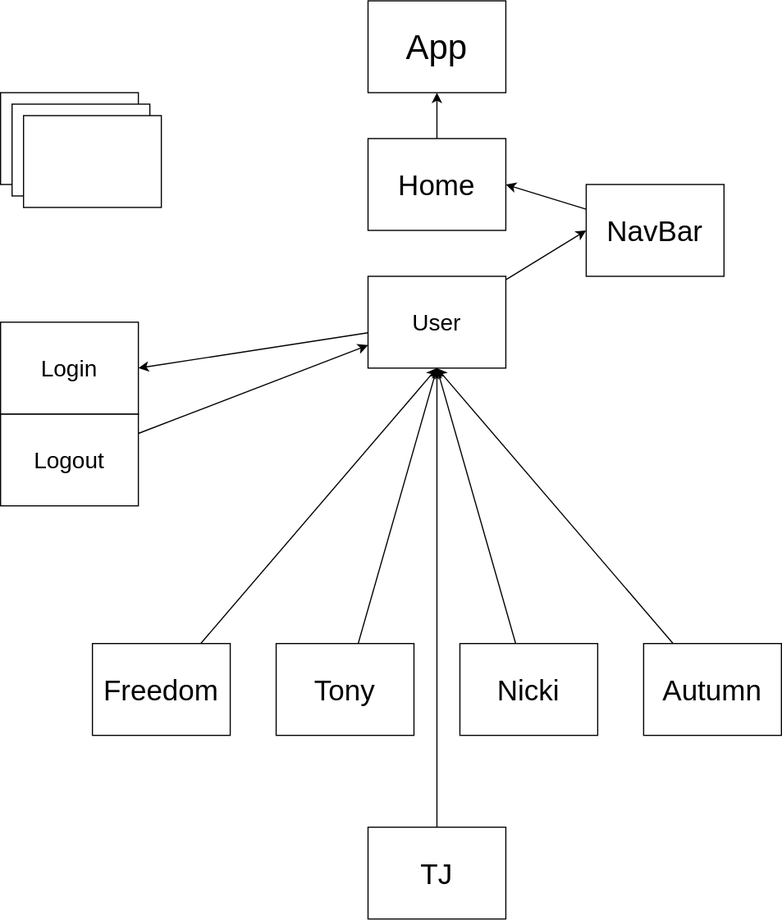
Earlier version of the draw.io export Diagram/.drawio.svg (TonySwearingen/SwearingenUnlimitedLLC). Source tidied: cells renumbered, new cells last; positions are measured from the earlier drawing's top-left corner, leaving out a move shared by most shapes. Its diagram source:
```xml
<mxGraphModel>
  <root>
    <mxCell id="0" />
    <mxCell id="1" parent="0" />
    <mxCell id="2" value="App" style="rounded=0;whiteSpace=wrap;html=1;fontSize=30;" parent="1" vertex="1">
      <mxGeometry x="320" width="120" height="80" as="geometry" />
    </mxCell>
    <mxCell id="3" style="rounded=0;whiteSpace=wrap;html=1;" parent="1" vertex="1">
      <mxGeometry y="80" width="120" height="80" as="geometry" />
    </mxCell>
    <mxCell id="4" style="edgeStyle=none;html=1;fontSize=25;" parent="1" edge="1" source="5">
      <mxGeometry relative="1" as="geometry">
        <mxPoint x="380" y="320" as="targetPoint" />
      </mxGeometry>
    </mxCell>
    <mxCell id="5" value="Freedom" style="rounded=0;whiteSpace=wrap;html=1;fontSize=25;" parent="1" vertex="1">
      <mxGeometry x="80" y="560" width="120" height="80" as="geometry" />
    </mxCell>
    <mxCell id="6" style="edgeStyle=none;html=1;entryX=0;entryY=0.75;entryDx=0;entryDy=0;fontSize=25;" parent="1" edge="1" source="7" target="17">
      <mxGeometry relative="1" as="geometry" />
    </mxCell>
    <mxCell id="7" value="Logout" style="rounded=0;whiteSpace=wrap;html=1;fontSize=20;" parent="1" vertex="1">
      <mxGeometry y="360" width="120" height="80" as="geometry" />
    </mxCell>
    <mxCell id="8" style="edgeStyle=none;html=1;fontSize=25;" parent="1" edge="1" source="9">
      <mxGeometry relative="1" as="geometry">
        <mxPoint x="380" y="320" as="targetPoint" />
      </mxGeometry>
    </mxCell>
    <mxCell id="9" value="Nicki" style="rounded=0;whiteSpace=wrap;html=1;fontSize=25;" parent="1" vertex="1">
      <mxGeometry x="400" y="560" width="120" height="80" as="geometry" />
    </mxCell>
    <mxCell id="10" style="edgeStyle=none;html=1;fontSize=25;" parent="1" edge="1" source="11">
      <mxGeometry relative="1" as="geometry">
        <mxPoint x="380" y="320" as="targetPoint" />
      </mxGeometry>
    </mxCell>
    <mxCell id="11" value="Tony" style="rounded=0;whiteSpace=wrap;html=1;fontSize=25;" parent="1" vertex="1">
      <mxGeometry x="240" y="560" width="120" height="80" as="geometry" />
    </mxCell>
    <mxCell id="12" value="Login" style="rounded=0;whiteSpace=wrap;html=1;fontSize=20;" parent="1" vertex="1">
      <mxGeometry y="280" width="120" height="80" as="geometry" />
    </mxCell>
    <mxCell id="13" style="edgeStyle=none;html=1;" parent="1" edge="1" source="14" target="2">
      <mxGeometry relative="1" as="geometry" />
    </mxCell>
    <mxCell id="14" value="Home" style="rounded=0;whiteSpace=wrap;html=1;fontSize=25;" parent="1" vertex="1">
      <mxGeometry x="320" y="120" width="120" height="80" as="geometry" />
    </mxCell>
    <mxCell id="15" style="edgeStyle=none;html=1;entryX=1;entryY=0.5;entryDx=0;entryDy=0;fontSize=25;" parent="1" edge="1" source="17" target="12">
      <mxGeometry relative="1" as="geometry" />
    </mxCell>
    <mxCell id="16" style="edgeStyle=none;html=1;entryX=0;entryY=0.5;entryDx=0;entryDy=0;fontSize=25;" parent="1" edge="1" source="17" target="21">
      <mxGeometry relative="1" as="geometry" />
    </mxCell>
    <mxCell id="17" value="User" style="rounded=0;whiteSpace=wrap;html=1;fontSize=20;" parent="1" vertex="1">
      <mxGeometry x="320" y="240" width="120" height="80" as="geometry" />
    </mxCell>
    <mxCell id="18" style="rounded=0;whiteSpace=wrap;html=1;" parent="1" vertex="1">
      <mxGeometry x="10" y="90" width="120" height="80" as="geometry" />
    </mxCell>
    <mxCell id="19" style="rounded=0;whiteSpace=wrap;html=1;" parent="1" vertex="1">
      <mxGeometry x="20" y="100" width="120" height="80" as="geometry" />
    </mxCell>
    <mxCell id="20" style="edgeStyle=none;html=1;entryX=1;entryY=0.5;entryDx=0;entryDy=0;fontSize=25;" parent="1" edge="1" source="21" target="14">
      <mxGeometry relative="1" as="geometry" />
    </mxCell>
    <mxCell id="21" value="NavBar" style="rounded=0;whiteSpace=wrap;html=1;fontSize=25;" parent="1" vertex="1">
      <mxGeometry x="510" y="160" width="120" height="80" as="geometry" />
    </mxCell>
    <mxCell id="22" style="edgeStyle=none;html=1;entryX=0.5;entryY=1;entryDx=0;entryDy=0;fontSize=25;" parent="1" edge="1" source="23" target="17">
      <mxGeometry relative="1" as="geometry" />
    </mxCell>
    <mxCell id="23" value="TJ" style="rounded=0;whiteSpace=wrap;html=1;fontSize=25;" parent="1" vertex="1">
      <mxGeometry x="320" y="720" width="120" height="80" as="geometry" />
    </mxCell>
    <mxCell id="24" style="edgeStyle=none;html=1;entryX=0.5;entryY=1;entryDx=0;entryDy=0;fontSize=25;" parent="1" edge="1" source="25" target="17">
      <mxGeometry relative="1" as="geometry" />
    </mxCell>
    <mxCell id="25" value="Autumn" style="rounded=0;whiteSpace=wrap;html=1;fontSize=25;" parent="1" vertex="1">
      <mxGeometry x="560" y="560" width="120" height="80" as="geometry" />
    </mxCell>
  </root>
</mxGraphModel>
```
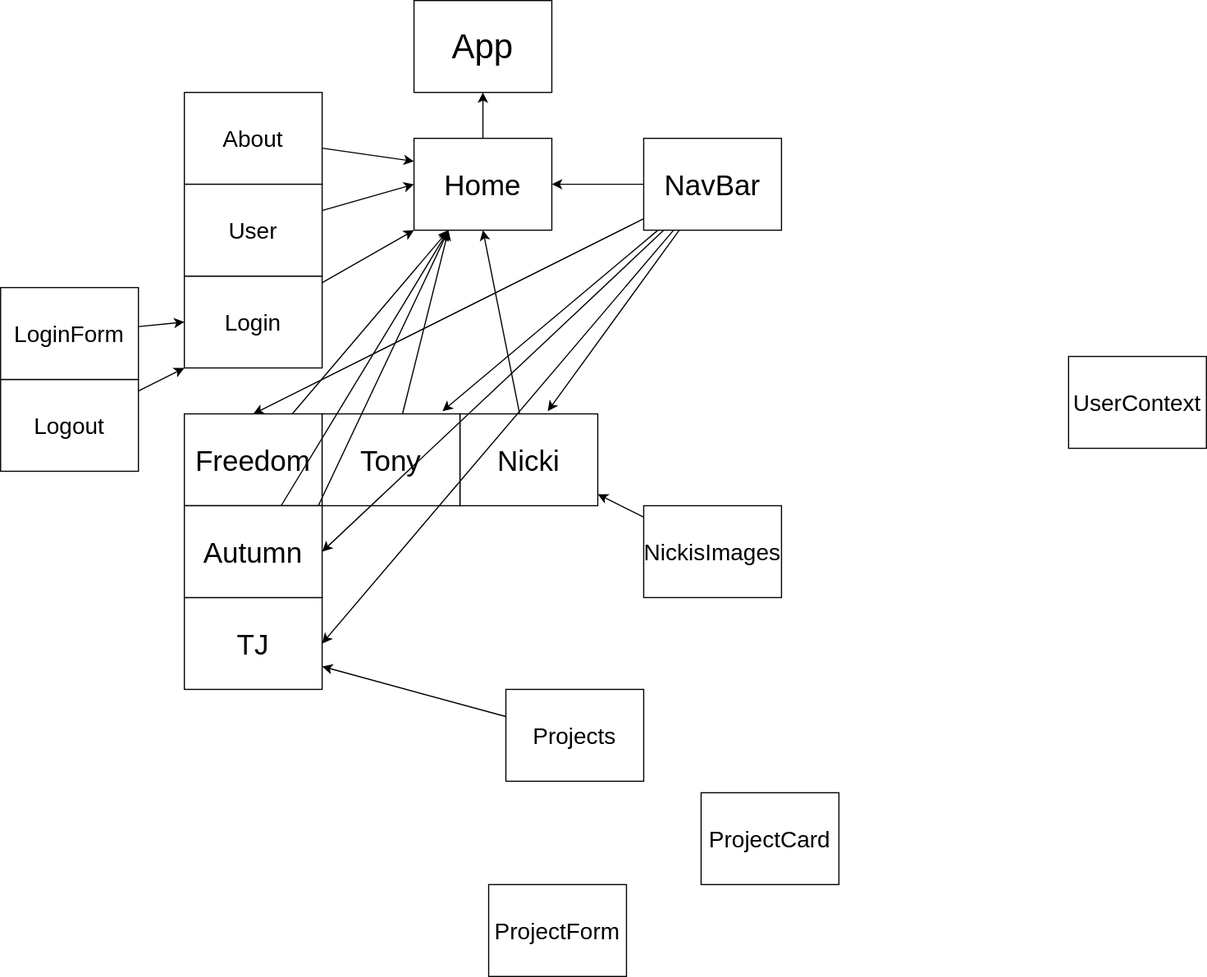
The same file after the commit.

Diff of the diagram source:
```diff
@@ -5,41 +5,43 @@
     <mxCell id="2" value="App" style="rounded=0;whiteSpace=wrap;html=1;fontSize=30;" parent="1" vertex="1">
       <mxGeometry x="320" width="120" height="80" as="geometry" />
     </mxCell>
+    <mxCell id="26" style="edgeStyle=none;html=1;entryX=0;entryY=0.25;entryDx=0;entryDy=0;fontSize=20;" parent="1" edge="1" source="3" target="14">
+      <mxGeometry relative="1" as="geometry" />
+    </mxCell>
-    <mxCell id="3" style="rounded=0;whiteSpace=wrap;html=1;" parent="1" vertex="1">
-      <mxGeometry y="80" width="120" height="80" as="geometry" />
+    <mxCell id="3" value="About" style="rounded=0;whiteSpace=wrap;html=1;fontSize=20;" parent="1" vertex="1">
+      <mxGeometry x="120" y="80" width="120" height="80" as="geometry" />
     </mxCell>
-    <mxCell id="4" style="edgeStyle=none;html=1;fontSize=25;" parent="1" edge="1" source="5">
-      <mxGeometry relative="1" as="geometry">
-        <mxPoint x="380" y="320" as="targetPoint" />
-      </mxGeometry>
-    </mxCell>
+    <mxCell id="27" style="edgeStyle=none;html=1;entryX=0.25;entryY=1;entryDx=0;entryDy=0;fontSize=20;" parent="1" edge="1" source="5" target="14">
+      <mxGeometry relative="1" as="geometry" />
+    </mxCell>
     <mxCell id="5" value="Freedom" style="rounded=0;whiteSpace=wrap;html=1;fontSize=25;" parent="1" vertex="1">
-      <mxGeometry x="80" y="560" width="120" height="80" as="geometry" />
+      <mxGeometry x="120" y="360" width="120" height="80" as="geometry" />
     </mxCell>
-    <mxCell id="6" style="edgeStyle=none;html=1;entryX=0;entryY=0.75;entryDx=0;entryDy=0;fontSize=25;" parent="1" edge="1" source="7" target="17">
-      <mxGeometry relative="1" as="geometry" />
-    </mxCell>
+    <mxCell id="28" style="edgeStyle=none;html=1;entryX=0;entryY=1;entryDx=0;entryDy=0;fontSize=20;" parent="1" edge="1" source="7" target="12">
+      <mxGeometry relative="1" as="geometry" />
+    </mxCell>
     <mxCell id="7" value="Logout" style="rounded=0;whiteSpace=wrap;html=1;fontSize=20;" parent="1" vertex="1">
-      <mxGeometry y="360" width="120" height="80" as="geometry" />
+      <mxGeometry x="-40" y="330" width="120" height="80" as="geometry" />
     </mxCell>
-    <mxCell id="8" style="edgeStyle=none;html=1;fontSize=25;" parent="1" edge="1" source="9">
-      <mxGeometry relative="1" as="geometry">
-        <mxPoint x="380" y="320" as="targetPoint" />
-      </mxGeometry>
-    </mxCell>
+    <mxCell id="29" style="edgeStyle=none;html=1;entryX=0.5;entryY=1;entryDx=0;entryDy=0;fontSize=20;" parent="1" edge="1" source="9" target="14">
+      <mxGeometry relative="1" as="geometry" />
+    </mxCell>
     <mxCell id="9" value="Nicki" style="rounded=0;whiteSpace=wrap;html=1;fontSize=25;" parent="1" vertex="1">
-      <mxGeometry x="400" y="560" width="120" height="80" as="geometry" />
+      <mxGeometry x="360" y="360" width="120" height="80" as="geometry" />
     </mxCell>
-    <mxCell id="10" style="edgeStyle=none;html=1;fontSize=25;" parent="1" edge="1" source="11">
-      <mxGeometry relative="1" as="geometry">
-        <mxPoint x="380" y="320" as="targetPoint" />
-      </mxGeometry>
-    </mxCell>
+    <mxCell id="30" style="edgeStyle=none;html=1;fontSize=20;" parent="1" edge="1" source="11">
+      <mxGeometry relative="1" as="geometry">
+        <mxPoint x="350" y="200" as="targetPoint" />
+      </mxGeometry>
+    </mxCell>
     <mxCell id="11" value="Tony" style="rounded=0;whiteSpace=wrap;html=1;fontSize=25;" parent="1" vertex="1">
-      <mxGeometry x="240" y="560" width="120" height="80" as="geometry" />
+      <mxGeometry x="240" y="360" width="120" height="80" as="geometry" />
     </mxCell>
+    <mxCell id="31" style="edgeStyle=none;html=1;entryX=0;entryY=1;entryDx=0;entryDy=0;fontSize=20;" parent="1" edge="1" source="12" target="14">
+      <mxGeometry relative="1" as="geometry" />
+    </mxCell>
     <mxCell id="12" value="Login" style="rounded=0;whiteSpace=wrap;html=1;fontSize=20;" parent="1" vertex="1">
-      <mxGeometry y="280" width="120" height="80" as="geometry" />
+      <mxGeometry x="120" y="240" width="120" height="80" as="geometry" />
     </mxCell>
     <mxCell id="13" style="edgeStyle=none;html=1;" parent="1" edge="1" source="14" target="2">
       <mxGeometry relative="1" as="geometry" />
@@ -47,38 +49,71 @@
     <mxCell id="14" value="Home" style="rounded=0;whiteSpace=wrap;html=1;fontSize=25;" parent="1" vertex="1">
       <mxGeometry x="320" y="120" width="120" height="80" as="geometry" />
     </mxCell>
-    <mxCell id="15" style="edgeStyle=none;html=1;entryX=1;entryY=0.5;entryDx=0;entryDy=0;fontSize=25;" parent="1" edge="1" source="17" target="12">
-      <mxGeometry relative="1" as="geometry" />
-    </mxCell>
-    <mxCell id="16" style="edgeStyle=none;html=1;entryX=0;entryY=0.5;entryDx=0;entryDy=0;fontSize=25;" parent="1" edge="1" source="17" target="21">
-      <mxGeometry relative="1" as="geometry" />
-    </mxCell>
+    <mxCell id="32" style="edgeStyle=none;html=1;entryX=0;entryY=0.5;entryDx=0;entryDy=0;fontSize=20;" parent="1" edge="1" source="17" target="14">
+      <mxGeometry relative="1" as="geometry" />
+    </mxCell>
     <mxCell id="17" value="User" style="rounded=0;whiteSpace=wrap;html=1;fontSize=20;" parent="1" vertex="1">
-      <mxGeometry x="320" y="240" width="120" height="80" as="geometry" />
+      <mxGeometry x="120" y="160" width="120" height="80" as="geometry" />
     </mxCell>
-    <mxCell id="18" style="rounded=0;whiteSpace=wrap;html=1;" parent="1" vertex="1">
-      <mxGeometry x="10" y="90" width="120" height="80" as="geometry" />
-    </mxCell>
+    <mxCell id="33" style="edgeStyle=none;html=1;entryX=0;entryY=0.5;entryDx=0;entryDy=0;fontSize=20;" parent="1" edge="1" source="19" target="12">
+      <mxGeometry relative="1" as="geometry" />
+    </mxCell>
-    <mxCell id="19" style="rounded=0;whiteSpace=wrap;html=1;" parent="1" vertex="1">
-      <mxGeometry x="20" y="100" width="120" height="80" as="geometry" />
+    <mxCell id="19" value="&lt;font style=&quot;font-size: 20px&quot;&gt;LoginForm&lt;/font&gt;" style="rounded=0;whiteSpace=wrap;html=1;" parent="1" vertex="1">
+      <mxGeometry x="-40" y="250" width="120" height="80" as="geometry" />
     </mxCell>
-    <mxCell id="20" style="edgeStyle=none;html=1;entryX=1;entryY=0.5;entryDx=0;entryDy=0;fontSize=25;" parent="1" edge="1" source="21" target="14">
+    <mxCell id="20" style="edgeStyle=none;html=1;fontSize=20;" parent="1" edge="1" source="21" target="14">
       <mxGeometry relative="1" as="geometry" />
     </mxCell>
+    <mxCell id="34" style="edgeStyle=none;html=1;entryX=0.5;entryY=0;entryDx=0;entryDy=0;fontSize=20;" parent="1" edge="1" source="21" target="5">
+      <mxGeometry relative="1" as="geometry" />
+    </mxCell>
+    <mxCell id="35" style="edgeStyle=none;html=1;entryX=0.637;entryY=-0.029;entryDx=0;entryDy=0;entryPerimeter=0;fontSize=20;" parent="1" edge="1" source="21" target="9">
+      <mxGeometry relative="1" as="geometry" />
+    </mxCell>
+    <mxCell id="36" style="edgeStyle=none;html=1;entryX=0.873;entryY=-0.029;entryDx=0;entryDy=0;entryPerimeter=0;fontSize=20;" parent="1" edge="1" source="21" target="11">
+      <mxGeometry relative="1" as="geometry" />
+    </mxCell>
+    <mxCell id="37" style="edgeStyle=none;html=1;entryX=1;entryY=0.5;entryDx=0;entryDy=0;fontSize=20;" parent="1" edge="1" source="21" target="23">
+      <mxGeometry relative="1" as="geometry" />
+    </mxCell>
+    <mxCell id="38" style="edgeStyle=none;html=1;entryX=1;entryY=0.5;entryDx=0;entryDy=0;fontSize=20;" parent="1" edge="1" source="21" target="25">
+      <mxGeometry relative="1" as="geometry" />
+    </mxCell>
     <mxCell id="21" value="NavBar" style="rounded=0;whiteSpace=wrap;html=1;fontSize=25;" parent="1" vertex="1">
-      <mxGeometry x="510" y="160" width="120" height="80" as="geometry" />
+      <mxGeometry x="520" y="120" width="120" height="80" as="geometry" />
     </mxCell>
-    <mxCell id="22" style="edgeStyle=none;html=1;entryX=0.5;entryY=1;entryDx=0;entryDy=0;fontSize=25;" parent="1" edge="1" source="23" target="17">
-      <mxGeometry relative="1" as="geometry" />
-    </mxCell>
+    <mxCell id="39" style="edgeStyle=none;html=1;entryX=0.25;entryY=1;entryDx=0;entryDy=0;fontSize=20;" parent="1" edge="1" source="23" target="14">
+      <mxGeometry relative="1" as="geometry" />
+    </mxCell>
     <mxCell id="23" value="TJ" style="rounded=0;whiteSpace=wrap;html=1;fontSize=25;" parent="1" vertex="1">
-      <mxGeometry x="320" y="720" width="120" height="80" as="geometry" />
+      <mxGeometry x="120" y="520" width="120" height="80" as="geometry" />
     </mxCell>
-    <mxCell id="24" style="edgeStyle=none;html=1;entryX=0.5;entryY=1;entryDx=0;entryDy=0;fontSize=25;" parent="1" edge="1" source="25" target="17">
-      <mxGeometry relative="1" as="geometry" />
-    </mxCell>
+    <mxCell id="40" style="edgeStyle=none;html=1;entryX=0.25;entryY=1;entryDx=0;entryDy=0;fontSize=20;" parent="1" edge="1" source="25" target="14">
+      <mxGeometry relative="1" as="geometry" />
+    </mxCell>
     <mxCell id="25" value="Autumn" style="rounded=0;whiteSpace=wrap;html=1;fontSize=25;" parent="1" vertex="1">
-      <mxGeometry x="560" y="560" width="120" height="80" as="geometry" />
+      <mxGeometry x="120" y="440" width="120" height="80" as="geometry" />
     </mxCell>
+    <mxCell id="41" value="ProjectForm" style="rounded=0;whiteSpace=wrap;html=1;fontSize=20;" parent="1" vertex="1">
+      <mxGeometry x="385" y="770" width="120" height="80" as="geometry" />
+    </mxCell>
+    <mxCell id="42" style="edgeStyle=none;html=1;fontSize=20;" parent="1" edge="1" source="43" target="9">
+      <mxGeometry relative="1" as="geometry" />
+    </mxCell>
+    <mxCell id="43" value="NickisImages" style="rounded=0;whiteSpace=wrap;html=1;fontSize=20;" parent="1" vertex="1">
+      <mxGeometry x="520" y="440" width="120" height="80" as="geometry" />
+    </mxCell>
+    <mxCell id="44" value="UserContext" style="rounded=0;whiteSpace=wrap;html=1;fontSize=20;" parent="1" vertex="1">
+      <mxGeometry x="890" y="310" width="120" height="80" as="geometry" />
+    </mxCell>
+    <mxCell id="45" style="edgeStyle=none;html=1;entryX=1;entryY=0.75;entryDx=0;entryDy=0;fontSize=20;" parent="1" edge="1" source="46" target="23">
+      <mxGeometry relative="1" as="geometry" />
+    </mxCell>
+    <mxCell id="46" value="Projects" style="rounded=0;whiteSpace=wrap;html=1;fontSize=20;" parent="1" vertex="1">
+      <mxGeometry x="400" y="600" width="120" height="80" as="geometry" />
+    </mxCell>
+    <mxCell id="47" value="ProjectCard" style="rounded=0;whiteSpace=wrap;html=1;fontSize=20;" parent="1" vertex="1">
+      <mxGeometry x="570" y="690" width="120" height="80" as="geometry" />
+    </mxCell>
   </root>
 </mxGraphModel>
```
